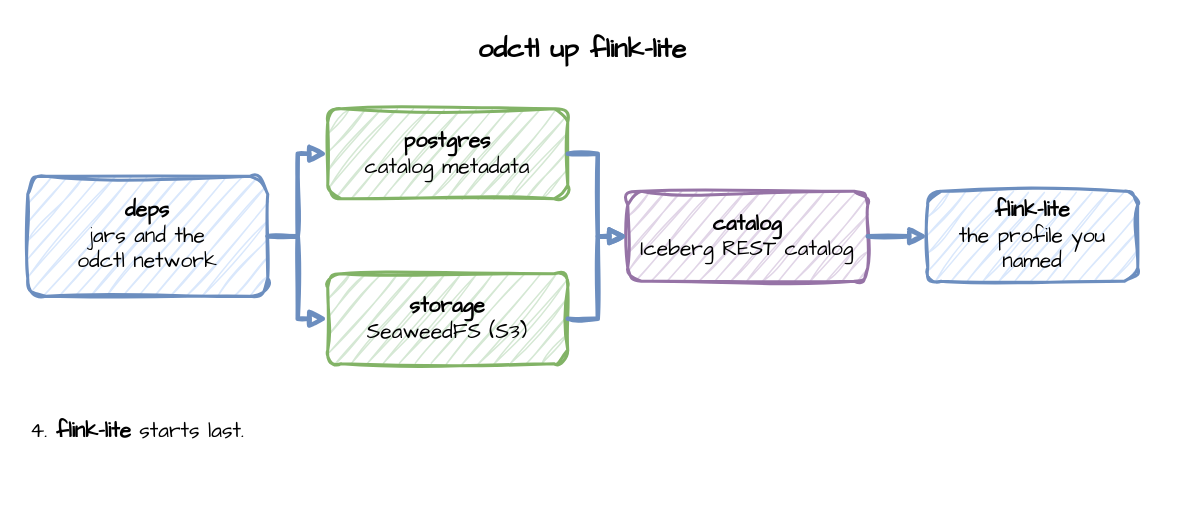
Before: page "Step 4" (4 of 4) of docs/images/odctl-up.drawio in jaehyeon-kim/odctl, a draw.io diagram. Source tidied: cells renumbered, new cells numbered last; positions are measured from the earlier drawing's top-left corner, leaving out a move shared by most shapes. Both pictures are drawn from the tidied source at 150%, with x=0, y=0 at pixel (27, 26).
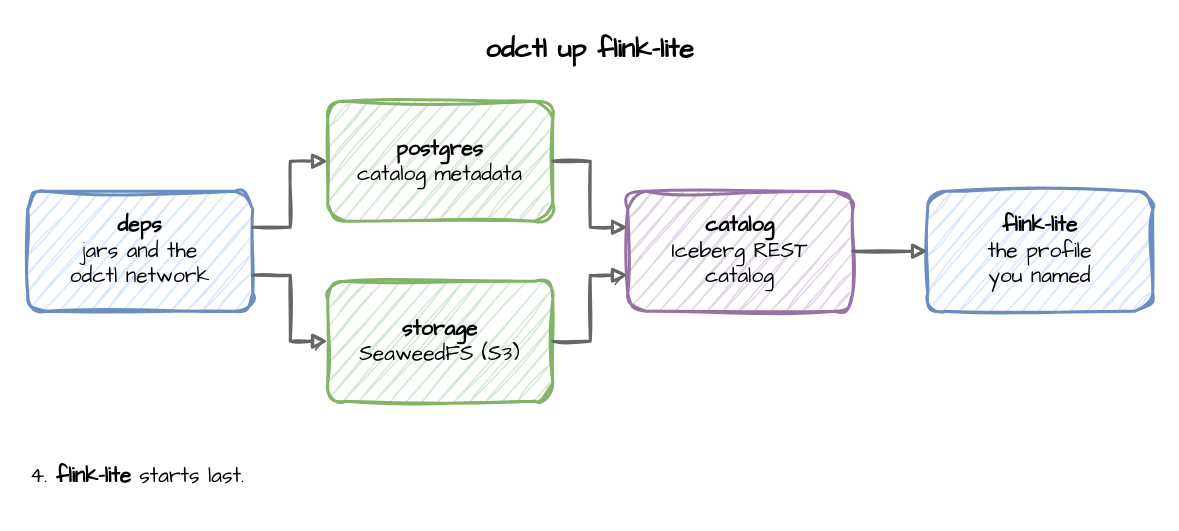
The same page after the edit.

Diff of the diagram source:
```diff
@@
 <mxGraphModel>
   <root>
     <mxCell id="0" />
     <mxCell id="1" parent="0" />
     <mxCell id="2" value="odctl up flink-lite" style="text;html=1;align=center;verticalAlign=middle;whiteSpace=wrap;fontFamily=Comic Sans MS;fontSize=18;fontStyle=1;" parent="1" vertex="1">
-      <mxGeometry width="740" height="30" as="geometry" />
+      <mxGeometry width="750" height="30" as="geometry" />
     </mxCell>
     <mxCell id="3" value="&lt;b&gt;deps&lt;/b&gt;&lt;br&gt;jars and the&lt;br&gt;odctl network" style="rounded=1;whiteSpace=wrap;html=1;sketch=1;curveFitting=1;jiggle=2;fontFamily=Comic Sans MS;fontSize=14;strokeWidth=2;fillColor=#dae8fc;strokeColor=#6c8ebf;" parent="1" vertex="1">
-      <mxGeometry y="100" width="160" height="80" as="geometry" />
+      <mxGeometry y="110" width="150" height="80" as="geometry" />
     </mxCell>
     <mxCell id="4" value="&lt;b&gt;postgres&lt;/b&gt;&lt;br&gt;catalog metadata" style="rounded=1;whiteSpace=wrap;html=1;sketch=1;curveFitting=1;jiggle=2;fontFamily=Comic Sans MS;fontSize=14;strokeWidth=2;fillColor=#d5e8d4;strokeColor=#82b366;" parent="1" vertex="1">
-      <mxGeometry x="200" y="55" width="160" height="60" as="geometry" />
+      <mxGeometry x="200" y="50" width="150" height="80" as="geometry" />
     </mxCell>
     <mxCell id="5" value="&lt;b&gt;storage&lt;/b&gt;&lt;br&gt;SeaweedFS (S3)" style="rounded=1;whiteSpace=wrap;html=1;sketch=1;curveFitting=1;jiggle=2;fontFamily=Comic Sans MS;fontSize=14;strokeWidth=2;fillColor=#d5e8d4;strokeColor=#82b366;" parent="1" vertex="1">
-      <mxGeometry x="200" y="165" width="160" height="60" as="geometry" />
+      <mxGeometry x="200" y="170" width="150" height="80" as="geometry" />
     </mxCell>
-    <mxCell id="6" value="&lt;b&gt;catalog&lt;/b&gt;&lt;br&gt;Iceberg REST catalog" style="rounded=1;whiteSpace=wrap;html=1;sketch=1;curveFitting=1;jiggle=2;fontFamily=Comic Sans MS;fontSize=14;strokeWidth=2;fillColor=#e1d5e7;strokeColor=#9673a6;" parent="1" vertex="1">
-      <mxGeometry x="400" y="110" width="160" height="60" as="geometry" />
+    <mxCell id="6" value="&lt;b&gt;catalog&lt;/b&gt;&lt;br&gt;Iceberg REST&lt;br&gt;catalog" style="rounded=1;whiteSpace=wrap;html=1;sketch=1;curveFitting=1;jiggle=2;fontFamily=Comic Sans MS;fontSize=14;strokeWidth=2;fillColor=#e1d5e7;strokeColor=#9673a6;" parent="1" vertex="1">
+      <mxGeometry x="400" y="110" width="150" height="80" as="geometry" />
     </mxCell>
-    <mxCell id="7" value="&lt;b&gt;flink-lite&lt;/b&gt;&lt;br&gt;the profile you named" style="rounded=1;whiteSpace=wrap;html=1;sketch=1;curveFitting=1;jiggle=2;fontFamily=Comic Sans MS;fontSize=14;strokeWidth=2;fillColor=#dae8fc;strokeColor=#6c8ebf;" parent="1" vertex="1">
-      <mxGeometry x="600" y="110" width="140" height="60" as="geometry" />
+    <mxCell id="7" value="&lt;b&gt;flink-lite&lt;/b&gt;&lt;br&gt;the profile&lt;br&gt;you named" style="rounded=1;whiteSpace=wrap;html=1;sketch=1;curveFitting=1;jiggle=2;fontFamily=Comic Sans MS;fontSize=14;strokeWidth=2;fillColor=#dae8fc;strokeColor=#6c8ebf;" parent="1" vertex="1">
+      <mxGeometry x="600" y="110" width="150" height="80" as="geometry" />
     </mxCell>
-    <mxCell id="8" style="edgeStyle=orthogonalEdgeStyle;rounded=0;sketch=1;html=1;endArrow=block;fontFamily=Comic Sans MS;fontSize=13;labelBackgroundColor=#ffffff;strokeWidth=3;strokeColor=#6c8ebf;" parent="1" edge="1" source="3" target="4">
+    <mxCell id="8" style="edgeStyle=orthogonalEdgeStyle;rounded=0;sketch=1;html=1;endArrow=block;fontFamily=Comic Sans MS;fontSize=13;labelBackgroundColor=#ffffff;strokeWidth=2;strokeColor=#666666;exitX=1;exitY=0.3;exitDx=0;exitDy=0;entryX=0;entryY=0.5;entryDx=0;entryDy=0;" parent="1" edge="1" source="3" target="4">
       <mxGeometry relative="1" as="geometry" />
     </mxCell>
-    <mxCell id="9" style="edgeStyle=orthogonalEdgeStyle;rounded=0;sketch=1;html=1;endArrow=block;fontFamily=Comic Sans MS;fontSize=13;labelBackgroundColor=#ffffff;strokeWidth=3;strokeColor=#6c8ebf;" parent="1" edge="1" source="3" target="5">
+    <mxCell id="9" style="edgeStyle=orthogonalEdgeStyle;rounded=0;sketch=1;html=1;endArrow=block;fontFamily=Comic Sans MS;fontSize=13;labelBackgroundColor=#ffffff;strokeWidth=2;strokeColor=#666666;exitX=1;exitY=0.7;exitDx=0;exitDy=0;entryX=0;entryY=0.5;entryDx=0;entryDy=0;" parent="1" edge="1" source="3" target="5">
       <mxGeometry relative="1" as="geometry" />
     </mxCell>
-    <mxCell id="10" style="edgeStyle=orthogonalEdgeStyle;rounded=0;sketch=1;html=1;endArrow=block;fontFamily=Comic Sans MS;fontSize=13;labelBackgroundColor=#ffffff;strokeWidth=3;strokeColor=#6c8ebf;" parent="1" edge="1" source="4" target="6">
+    <mxCell id="10" style="edgeStyle=orthogonalEdgeStyle;rounded=0;sketch=1;html=1;endArrow=block;fontFamily=Comic Sans MS;fontSize=13;labelBackgroundColor=#ffffff;strokeWidth=2;strokeColor=#666666;exitX=1;exitY=0.5;exitDx=0;exitDy=0;entryX=0;entryY=0.3;entryDx=0;entryDy=0;" parent="1" edge="1" source="4" target="6">
       <mxGeometry relative="1" as="geometry" />
     </mxCell>
-    <mxCell id="11" style="edgeStyle=orthogonalEdgeStyle;rounded=0;sketch=1;html=1;endArrow=block;fontFamily=Comic Sans MS;fontSize=13;labelBackgroundColor=#ffffff;strokeWidth=3;strokeColor=#6c8ebf;" parent="1" edge="1" source="5" target="6">
+    <mxCell id="11" style="edgeStyle=orthogonalEdgeStyle;rounded=0;sketch=1;html=1;endArrow=block;fontFamily=Comic Sans MS;fontSize=13;labelBackgroundColor=#ffffff;strokeWidth=2;strokeColor=#666666;exitX=1;exitY=0.5;exitDx=0;exitDy=0;entryX=0;entryY=0.7;entryDx=0;entryDy=0;" parent="1" edge="1" source="5" target="6">
       <mxGeometry relative="1" as="geometry" />
     </mxCell>
-    <mxCell id="12" style="edgeStyle=orthogonalEdgeStyle;rounded=0;sketch=1;html=1;endArrow=block;fontFamily=Comic Sans MS;fontSize=13;labelBackgroundColor=#ffffff;strokeWidth=3;strokeColor=#6c8ebf;" parent="1" edge="1" source="6" target="7">
+    <mxCell id="12" style="edgeStyle=orthogonalEdgeStyle;rounded=0;sketch=1;html=1;endArrow=block;fontFamily=Comic Sans MS;fontSize=13;labelBackgroundColor=#ffffff;strokeWidth=2;strokeColor=#666666;" parent="1" edge="1" source="6" target="7">
       <mxGeometry relative="1" as="geometry" />
     </mxCell>
     <mxCell id="13" value="4. &lt;b&gt;flink-lite&lt;/b&gt; starts last." style="text;html=1;align=left;verticalAlign=middle;whiteSpace=wrap;fontFamily=Comic Sans MS;fontSize=14;" parent="1" vertex="1">
-      <mxGeometry y="250" width="740" height="40" as="geometry" />
+      <mxGeometry y="280" width="750" height="40" as="geometry" />
     </mxCell>
   </root>
 </mxGraphModel>
```
